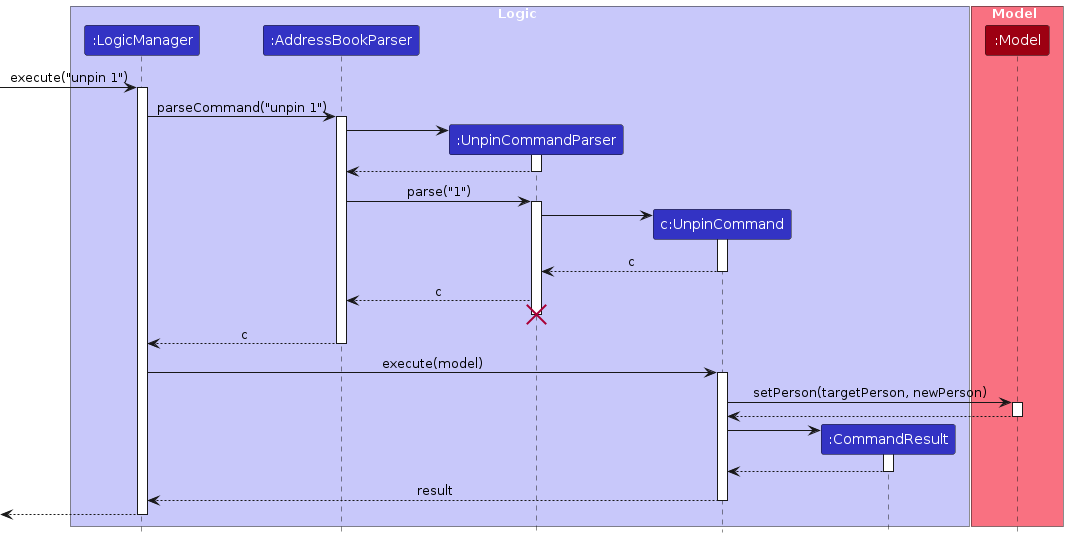
Earlier version of the PlantUML export diagrams/UnpinSequenceDiagram.png (ryanongwx/tp). Its source is kept beside it as diagrams/UnpinSequenceDiagram.puml.
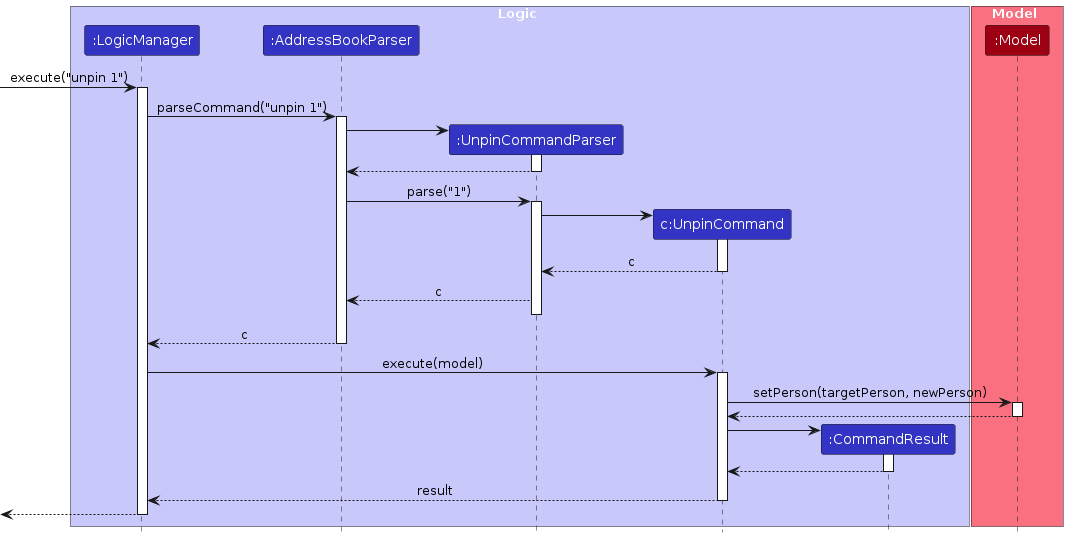
Later version of the same file.

Diff of the diagram source:
```diff
@@ -40,7 +40,7 @@
 UnpinCommandParser --> AddressBookParser : c
 deactivate PinCommand
 UnpinCommandParser -[hidden]-> AddressBookParser
-destroy UnpinCommandParser
+deactivate UnpinCommandParser
 
 AddressBookParser --> LogicManager : c
 deactivate AddressBookParser
```
